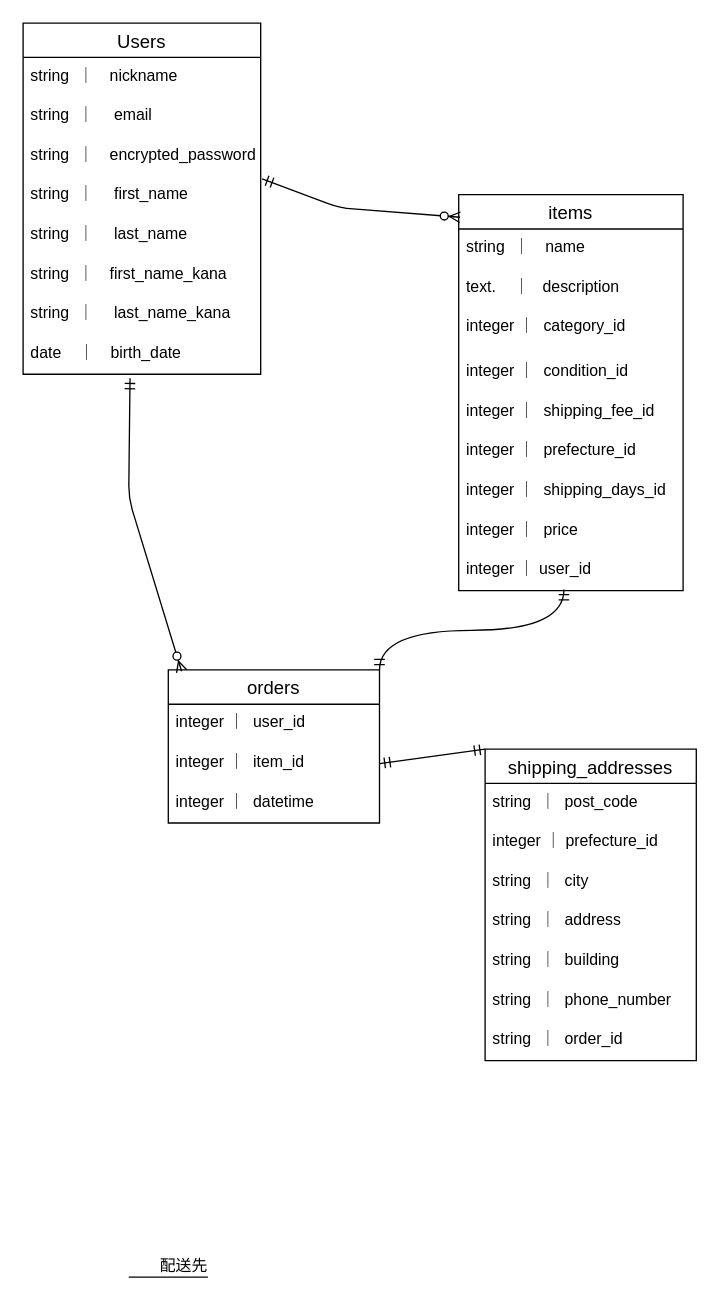
This is ER図.dio from r-ichinose/furima-41799, a draw.io file, before an edit. Source tidied: cells renumbered, new cells numbered last; positions are measured from the earlier drawing's top-left corner, leaving out a move shared by most shapes. Both pictures are drawn from the tidied source at 132%, with x=0, y=0 at pixel (22, 22).
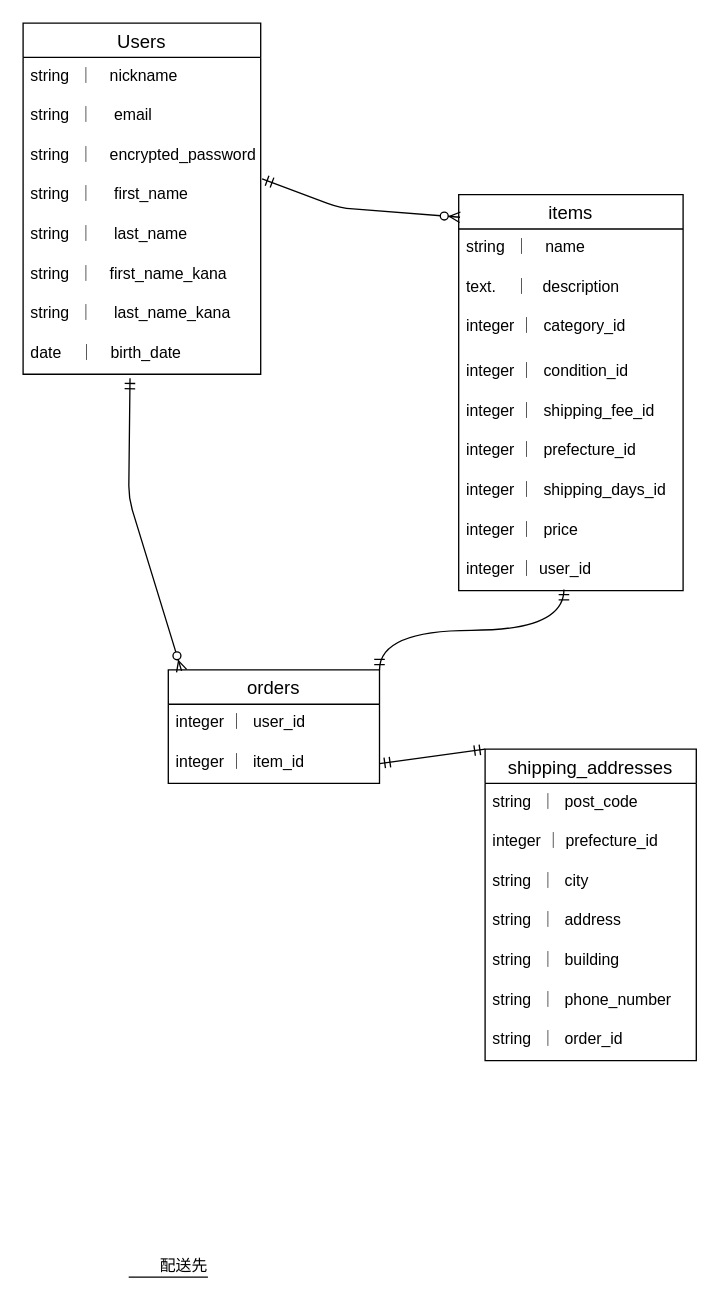
Above is the later version.

What changed in the source:
```diff
@@
     <mxCell id="21" value="orders" style="swimlane;fontStyle=0;horizontal=1;startSize=26;align=center;fontSize=14;" parent="1" vertex="1">
-      <mxGeometry x="110" y="490" width="160" height="116" as="geometry" />
+      <mxGeometry x="110" y="490" width="160" height="86" as="geometry" />
     </mxCell>
@@
-    <mxCell id="24" value="integer ｜  datetime " style="text;strokeColor=none;fillColor=none;spacingLeft=4;spacingRight=4;overflow=hidden;fontSize=12;" parent="21" vertex="1">
-      <mxGeometry y="86" width="160" height="30" as="geometry" />
-    </mxCell>
```
